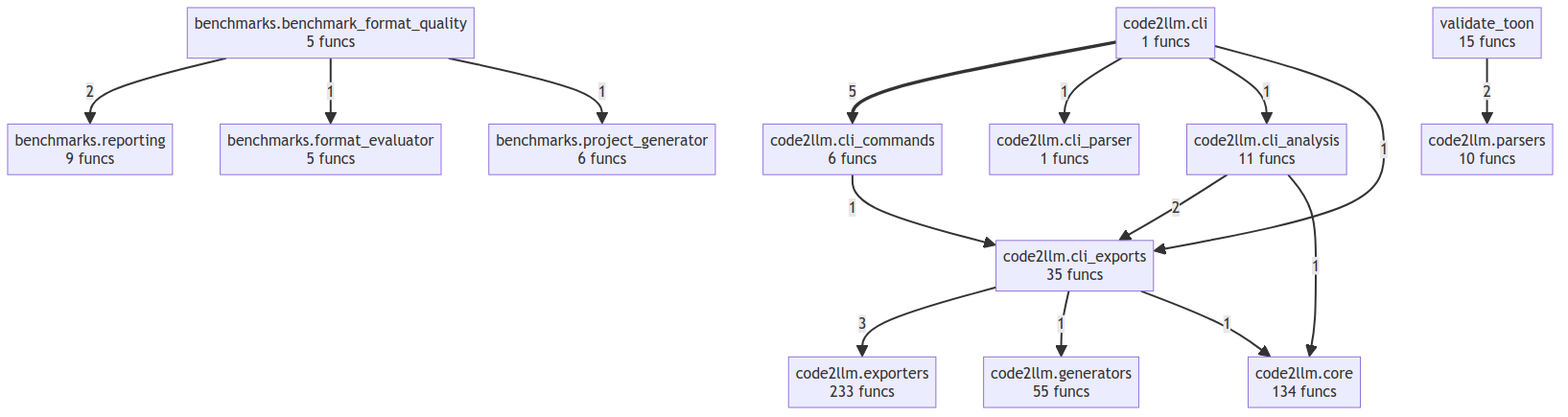
Earlier version of the Mermaid export project/compact_flow.png (wronai/code2flow). Its source is kept beside it as project/compact_flow.mmd.
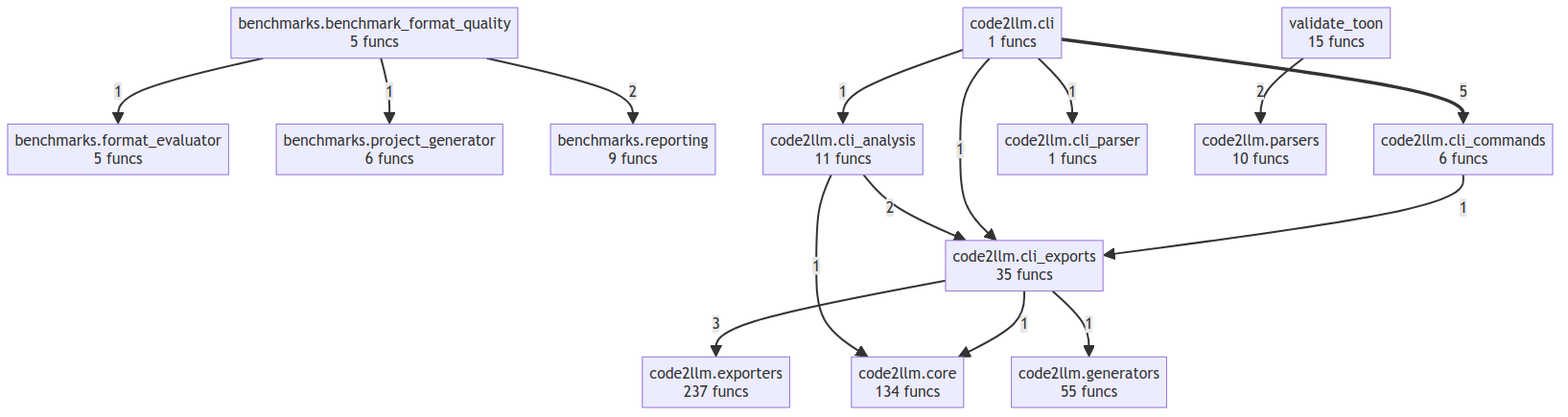
Above is the later version.

The edit, as a diff of the source:
```diff
@@ -9,7 +9,7 @@
     code2llm_cli_exports["code2llm.cli_exports<br/>35 funcs"]
     code2llm_cli_parser["code2llm.cli_parser<br/>1 funcs"]
     code2llm_core["code2llm.core<br/>134 funcs"]
-    code2llm_exporters["code2llm.exporters<br/>233 funcs"]
+    code2llm_exporters["code2llm.exporters<br/>237 funcs"]
     code2llm_generators["code2llm.generators<br/>55 funcs"]
     code2llm_parsers["code2llm.parsers<br/>10 funcs"]
     validate_toon["validate_toon<br/>15 funcs"]
```
